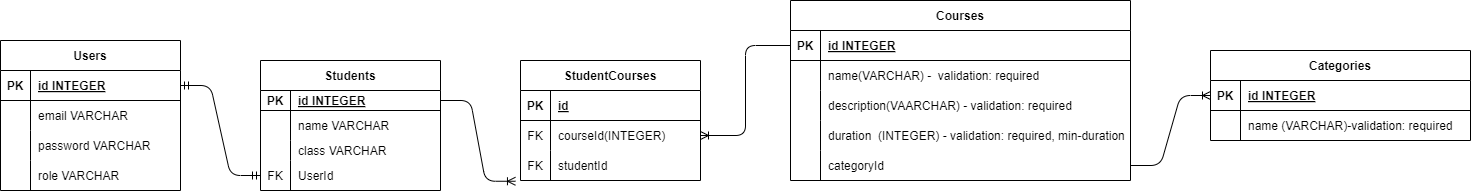
Earlier version of the draw.io export schema.drawio.png (QQPP37/PP-KP). Source tidied: cells renumbered, new cells last; positions are measured from the earlier drawing's top-left corner, leaving out a move shared by most shapes. Its diagram source:
```xml
<mxGraphModel>
  <root>
    <mxCell id="0" />
    <mxCell id="1" parent="0" />
    <mxCell id="2" value="Students" style="shape=table;startSize=30;rowLines=0;fontStyle=1;align=center;" parent="1" vertex="1">
      <mxGeometry x="260" y="60" width="180" height="130" as="geometry" />
    </mxCell>
    <mxCell id="3" style="shape=tableRow;horizontal=0;startSize=0;swimlaneHead=0;swimlaneBody=0;fillColor=none;points=[[0,0.5],[1,0.5]];portConstraint=eastwest;top=0;left=0;right=0;bottom=1;" parent="2" vertex="1">
      <mxGeometry y="30" width="180" height="20" as="geometry" />
    </mxCell>
    <mxCell id="4" value="PK" style="shape=partialRectangle;fillColor=none;top=0;left=0;bottom=0;right=0;fontStyle=1;overflow=hidden;" parent="3" vertex="1">
      <mxGeometry width="30" height="20" as="geometry" />
    </mxCell>
    <mxCell id="5" value="id INTEGER" style="shape=partialRectangle;fillColor=none;top=0;left=0;bottom=0;right=0;align=left;spacingLeft=6;fontStyle=5;overflow=hidden;" parent="3" vertex="1">
      <mxGeometry x="30" width="150" height="20" as="geometry" />
    </mxCell>
    <mxCell id="6" style="shape=tableRow;horizontal=0;startSize=0;swimlaneHead=0;swimlaneBody=0;fillColor=none;top=0;left=0;right=0;bottom=0;" parent="2" vertex="1">
      <mxGeometry y="50" width="180" height="30" as="geometry" />
    </mxCell>
    <mxCell id="7" style="shape=partialRectangle;fillColor=none;top=0;left=0;bottom=0;right=0;overflow=hidden;" parent="6" vertex="1">
      <mxGeometry width="30" height="30" as="geometry" />
    </mxCell>
    <mxCell id="8" value="name VARCHAR" style="shape=partialRectangle;fillColor=none;top=0;left=0;bottom=0;right=0;align=left;spacingLeft=6;overflow=hidden;" parent="6" vertex="1">
      <mxGeometry x="30" width="150" height="30" as="geometry" />
    </mxCell>
    <mxCell id="9" style="shape=tableRow;horizontal=0;startSize=0;swimlaneHead=0;swimlaneBody=0;fillColor=none;top=0;left=0;right=0;bottom=0;" parent="2" vertex="1">
      <mxGeometry y="80" width="180" height="20" as="geometry" />
    </mxCell>
    <mxCell id="10" style="shape=partialRectangle;fillColor=none;top=0;left=0;bottom=0;right=0;overflow=hidden;" parent="9" vertex="1">
      <mxGeometry width="30" height="20" as="geometry" />
    </mxCell>
    <mxCell id="11" value="class VARCHAR" style="shape=partialRectangle;fillColor=none;top=0;left=0;bottom=0;right=0;align=left;spacingLeft=6;overflow=hidden;" parent="9" vertex="1">
      <mxGeometry x="30" width="150" height="20" as="geometry" />
    </mxCell>
    <mxCell id="12" style="shape=tableRow;horizontal=0;startSize=0;swimlaneHead=0;swimlaneBody=0;fillColor=none;points=[[0,0.5],[1,0.5]];portConstraint=eastwest;top=0;left=0;right=0;bottom=0;" parent="2" vertex="1">
      <mxGeometry y="100" width="180" height="30" as="geometry" />
    </mxCell>
    <mxCell id="13" value="FK" style="shape=partialRectangle;fillColor=none;top=0;left=0;bottom=0;right=0;overflow=hidden;" parent="12" vertex="1">
      <mxGeometry width="30" height="30" as="geometry" />
    </mxCell>
    <mxCell id="14" value="UserId" style="shape=partialRectangle;fillColor=none;top=0;left=0;bottom=0;right=0;align=left;spacingLeft=6;overflow=hidden;" parent="12" vertex="1">
      <mxGeometry x="30" width="150" height="30" as="geometry" />
    </mxCell>
    <mxCell id="15" value="Courses" style="shape=table;startSize=30;rowLines=0;fontStyle=1;align=center;" parent="1" vertex="1">
      <mxGeometry x="790" width="340" height="180" as="geometry" />
    </mxCell>
    <mxCell id="16" style="shape=tableRow;horizontal=0;startSize=0;swimlaneHead=0;swimlaneBody=0;fillColor=none;points=[[0,0.5],[1,0.5]];portConstraint=eastwest;top=0;left=0;right=0;bottom=1;" parent="15" vertex="1">
      <mxGeometry y="30" width="340" height="30" as="geometry" />
    </mxCell>
    <mxCell id="17" value="PK" style="shape=partialRectangle;fillColor=none;top=0;left=0;bottom=0;right=0;fontStyle=1;overflow=hidden;" parent="16" vertex="1">
      <mxGeometry width="30" height="30" as="geometry" />
    </mxCell>
    <mxCell id="18" value="id INTEGER" style="shape=partialRectangle;fillColor=none;top=0;left=0;bottom=0;right=0;align=left;spacingLeft=6;fontStyle=5;overflow=hidden;" parent="16" vertex="1">
      <mxGeometry x="30" width="310" height="30" as="geometry" />
    </mxCell>
    <mxCell id="19" style="shape=tableRow;horizontal=0;startSize=0;swimlaneHead=0;swimlaneBody=0;fillColor=none;top=0;left=0;right=0;bottom=0;" parent="15" vertex="1">
      <mxGeometry y="60" width="340" height="30" as="geometry" />
    </mxCell>
    <mxCell id="20" style="shape=partialRectangle;fillColor=none;top=0;left=0;bottom=0;right=0;overflow=hidden;" parent="19" vertex="1">
      <mxGeometry width="30" height="30" as="geometry" />
    </mxCell>
    <mxCell id="21" value="name(VARCHAR) -  validation: required" style="shape=partialRectangle;fillColor=none;top=0;left=0;bottom=0;right=0;align=left;spacingLeft=6;overflow=hidden;" parent="19" vertex="1">
      <mxGeometry x="30" width="310" height="30" as="geometry" />
    </mxCell>
    <mxCell id="22" style="shape=tableRow;horizontal=0;startSize=0;swimlaneHead=0;swimlaneBody=0;fillColor=none;top=0;left=0;right=0;bottom=0;" parent="15" vertex="1">
      <mxGeometry y="90" width="340" height="30" as="geometry" />
    </mxCell>
    <mxCell id="23" style="shape=partialRectangle;fillColor=none;top=0;left=0;bottom=0;right=0;overflow=hidden;" parent="22" vertex="1">
      <mxGeometry width="30" height="30" as="geometry" />
    </mxCell>
    <mxCell id="24" value="description(VAARCHAR) - validation: required" style="shape=partialRectangle;fillColor=none;top=0;left=0;bottom=0;right=0;align=left;spacingLeft=6;overflow=hidden;" parent="22" vertex="1">
      <mxGeometry x="30" width="310" height="30" as="geometry" />
    </mxCell>
    <mxCell id="25" style="shape=tableRow;horizontal=0;startSize=0;swimlaneHead=0;swimlaneBody=0;fillColor=none;top=0;left=0;right=0;bottom=0;" parent="15" vertex="1">
      <mxGeometry y="120" width="340" height="30" as="geometry" />
    </mxCell>
    <mxCell id="26" style="shape=partialRectangle;fillColor=none;top=0;left=0;bottom=0;right=0;overflow=hidden;" parent="25" vertex="1">
      <mxGeometry width="30" height="30" as="geometry" />
    </mxCell>
    <mxCell id="27" value="duration  (INTEGER) - validation: required, min-duration" style="shape=partialRectangle;fillColor=none;top=0;left=0;bottom=0;right=0;align=left;spacingLeft=6;overflow=hidden;" parent="25" vertex="1">
      <mxGeometry x="30" width="310" height="30" as="geometry" />
    </mxCell>
    <mxCell id="28" style="shape=tableRow;horizontal=0;startSize=0;swimlaneHead=0;swimlaneBody=0;fillColor=none;points=[[0,0.5],[1,0.5]];portConstraint=eastwest;top=0;left=0;right=0;bottom=0;" parent="15" vertex="1">
      <mxGeometry y="150" width="340" height="30" as="geometry" />
    </mxCell>
    <mxCell id="29" style="shape=partialRectangle;fillColor=none;top=0;left=0;bottom=0;right=0;overflow=hidden;" parent="28" vertex="1">
      <mxGeometry width="30" height="30" as="geometry" />
    </mxCell>
    <mxCell id="30" value="categoryId" style="shape=partialRectangle;fillColor=none;top=0;left=0;bottom=0;right=0;align=left;spacingLeft=6;overflow=hidden;" parent="28" vertex="1">
      <mxGeometry x="30" width="310" height="30" as="geometry" />
    </mxCell>
    <mxCell id="31" value="Users" style="shape=table;startSize=30;rowLines=0;fontStyle=1;align=center;" parent="1" vertex="1">
      <mxGeometry y="40" width="180" height="150" as="geometry" />
    </mxCell>
    <mxCell id="32" style="shape=tableRow;horizontal=0;startSize=0;swimlaneHead=0;swimlaneBody=0;fillColor=none;points=[[0,0.5],[1,0.5]];portConstraint=eastwest;top=0;left=0;right=0;bottom=1;" parent="31" vertex="1">
      <mxGeometry y="30" width="180" height="30" as="geometry" />
    </mxCell>
    <mxCell id="33" value="PK" style="shape=partialRectangle;fillColor=none;top=0;left=0;bottom=0;right=0;fontStyle=1;overflow=hidden;" parent="32" vertex="1">
      <mxGeometry width="30" height="30" as="geometry" />
    </mxCell>
    <mxCell id="34" value="id INTEGER" style="shape=partialRectangle;fillColor=none;top=0;left=0;bottom=0;right=0;align=left;spacingLeft=6;fontStyle=5;overflow=hidden;" parent="32" vertex="1">
      <mxGeometry x="30" width="150" height="30" as="geometry" />
    </mxCell>
    <mxCell id="35" style="shape=tableRow;horizontal=0;startSize=0;swimlaneHead=0;swimlaneBody=0;fillColor=none;top=0;left=0;right=0;bottom=0;" parent="31" vertex="1">
      <mxGeometry y="60" width="180" height="30" as="geometry" />
    </mxCell>
    <mxCell id="36" style="shape=partialRectangle;fillColor=none;top=0;left=0;bottom=0;right=0;overflow=hidden;" parent="35" vertex="1">
      <mxGeometry width="30" height="30" as="geometry" />
    </mxCell>
    <mxCell id="37" value="email VARCHAR" style="shape=partialRectangle;fillColor=none;top=0;left=0;bottom=0;right=0;align=left;spacingLeft=6;overflow=hidden;" parent="35" vertex="1">
      <mxGeometry x="30" width="150" height="30" as="geometry" />
    </mxCell>
    <mxCell id="38" style="shape=tableRow;horizontal=0;startSize=0;swimlaneHead=0;swimlaneBody=0;fillColor=none;top=0;left=0;right=0;bottom=0;" parent="31" vertex="1">
      <mxGeometry y="90" width="180" height="30" as="geometry" />
    </mxCell>
    <mxCell id="39" style="shape=partialRectangle;fillColor=none;top=0;left=0;bottom=0;right=0;overflow=hidden;" parent="38" vertex="1">
      <mxGeometry width="30" height="30" as="geometry" />
    </mxCell>
    <mxCell id="40" value="password VARCHAR" style="shape=partialRectangle;fillColor=none;top=0;left=0;bottom=0;right=0;align=left;spacingLeft=6;overflow=hidden;" parent="38" vertex="1">
      <mxGeometry x="30" width="150" height="30" as="geometry" />
    </mxCell>
    <mxCell id="41" style="shape=tableRow;horizontal=0;startSize=0;swimlaneHead=0;swimlaneBody=0;fillColor=none;top=0;left=0;right=0;bottom=0;" parent="31" vertex="1">
      <mxGeometry y="120" width="180" height="30" as="geometry" />
    </mxCell>
    <mxCell id="42" style="shape=partialRectangle;fillColor=none;top=0;left=0;bottom=0;right=0;overflow=hidden;" parent="41" vertex="1">
      <mxGeometry width="30" height="30" as="geometry" />
    </mxCell>
    <mxCell id="43" value="role VARCHAR" style="shape=partialRectangle;fillColor=none;top=0;left=0;bottom=0;right=0;align=left;spacingLeft=6;overflow=hidden;" parent="41" vertex="1">
      <mxGeometry x="30" width="150" height="30" as="geometry" />
    </mxCell>
    <mxCell id="44" value="StudentCourses" style="shape=table;startSize=30;rowLines=0;fontStyle=1;align=center;" parent="1" vertex="1">
      <mxGeometry x="520" y="60" width="180" height="120" as="geometry" />
    </mxCell>
    <mxCell id="45" style="shape=tableRow;horizontal=0;startSize=0;swimlaneHead=0;swimlaneBody=0;fillColor=none;top=0;left=0;right=0;bottom=1;" parent="44" vertex="1">
      <mxGeometry y="30" width="180" height="30" as="geometry" />
    </mxCell>
    <mxCell id="46" value="PK" style="shape=partialRectangle;fillColor=none;top=0;left=0;bottom=0;right=0;fontStyle=1;overflow=hidden;" parent="45" vertex="1">
      <mxGeometry width="30" height="30" as="geometry" />
    </mxCell>
    <mxCell id="47" value="id" style="shape=partialRectangle;fillColor=none;top=0;left=0;bottom=0;right=0;align=left;spacingLeft=6;fontStyle=5;overflow=hidden;" parent="45" vertex="1">
      <mxGeometry x="30" width="150" height="30" as="geometry" />
    </mxCell>
    <mxCell id="48" style="shape=tableRow;horizontal=0;startSize=0;swimlaneHead=0;swimlaneBody=0;fillColor=none;points=[[0,0.5],[1,0.5]];portConstraint=eastwest;top=0;left=0;right=0;bottom=0;" parent="44" vertex="1">
      <mxGeometry y="60" width="180" height="30" as="geometry" />
    </mxCell>
    <mxCell id="49" value="FK" style="shape=partialRectangle;fillColor=none;top=0;left=0;bottom=0;right=0;overflow=hidden;" parent="48" vertex="1">
      <mxGeometry width="30" height="30" as="geometry" />
    </mxCell>
    <mxCell id="50" value="courseId(INTEGER)" style="shape=partialRectangle;fillColor=none;top=0;left=0;bottom=0;right=0;align=left;spacingLeft=6;overflow=hidden;" parent="48" vertex="1">
      <mxGeometry x="30" width="150" height="30" as="geometry" />
    </mxCell>
    <mxCell id="51" style="shape=tableRow;horizontal=0;startSize=0;swimlaneHead=0;swimlaneBody=0;fillColor=none;points=[[0,0.5],[1,0.5]];portConstraint=eastwest;top=0;left=0;right=0;bottom=0;" parent="44" vertex="1">
      <mxGeometry y="90" width="180" height="30" as="geometry" />
    </mxCell>
    <mxCell id="52" value="FK" style="shape=partialRectangle;fillColor=none;top=0;left=0;bottom=0;right=0;overflow=hidden;" parent="51" vertex="1">
      <mxGeometry width="30" height="30" as="geometry" />
    </mxCell>
    <mxCell id="53" value="studentId" style="shape=partialRectangle;fillColor=none;top=0;left=0;bottom=0;right=0;align=left;spacingLeft=6;overflow=hidden;" parent="51" vertex="1">
      <mxGeometry x="30" width="150" height="30" as="geometry" />
    </mxCell>
    <mxCell id="54" style="edgeStyle=orthogonalEdgeStyle;fontSize=12;html=1;endArrow=ERoneToMany;entryX=1;entryY=0.5;entryDx=0;entryDy=0;" parent="1" edge="1" source="16" target="48">
      <mxGeometry relative="1" as="geometry" />
    </mxCell>
    <mxCell id="55" style="edgeStyle=entityRelationEdgeStyle;fontSize=12;html=1;endArrow=ERmandOne;startArrow=ERmandOne;" parent="1" edge="1" source="32" target="12">
      <mxGeometry relative="1" as="geometry" />
    </mxCell>
    <mxCell id="56" style="edgeStyle=entityRelationEdgeStyle;fontSize=12;html=1;endArrow=ERoneToMany;entryX=-0.028;entryY=1.025;entryDx=0;entryDy=0;entryPerimeter=0;" parent="1" edge="1" source="3" target="51">
      <mxGeometry relative="1" as="geometry" />
    </mxCell>
    <mxCell id="57" value="Categories" style="shape=table;startSize=30;rowLines=0;fontStyle=1;align=center;" parent="1" vertex="1">
      <mxGeometry x="1210" y="50" width="260" height="90" as="geometry" />
    </mxCell>
    <mxCell id="58" style="shape=tableRow;horizontal=0;startSize=0;swimlaneHead=0;swimlaneBody=0;fillColor=none;points=[[0,0.5],[1,0.5]];portConstraint=eastwest;top=0;left=0;right=0;bottom=1;" parent="57" vertex="1">
      <mxGeometry y="30" width="260" height="30" as="geometry" />
    </mxCell>
    <mxCell id="59" value="PK" style="shape=partialRectangle;fillColor=none;top=0;left=0;bottom=0;right=0;fontStyle=1;overflow=hidden;" parent="58" vertex="1">
      <mxGeometry width="30" height="30" as="geometry" />
    </mxCell>
    <mxCell id="60" value="id INTEGER" style="shape=partialRectangle;fillColor=none;top=0;left=0;bottom=0;right=0;align=left;spacingLeft=6;fontStyle=5;overflow=hidden;" parent="58" vertex="1">
      <mxGeometry x="30" width="230" height="30" as="geometry" />
    </mxCell>
    <mxCell id="61" style="shape=tableRow;horizontal=0;startSize=0;swimlaneHead=0;swimlaneBody=0;fillColor=none;top=0;left=0;right=0;bottom=0;" parent="57" vertex="1">
      <mxGeometry y="60" width="260" height="30" as="geometry" />
    </mxCell>
    <mxCell id="62" style="shape=partialRectangle;fillColor=none;top=0;left=0;bottom=0;right=0;overflow=hidden;" parent="61" vertex="1">
      <mxGeometry width="30" height="30" as="geometry" />
    </mxCell>
    <mxCell id="63" value="name (VARCHAR)-validation: required" style="shape=partialRectangle;fillColor=none;top=0;left=0;bottom=0;right=0;align=left;spacingLeft=6;overflow=hidden;" parent="61" vertex="1">
      <mxGeometry x="30" width="230" height="30" as="geometry" />
    </mxCell>
    <mxCell id="64" style="edgeStyle=entityRelationEdgeStyle;fontSize=12;html=1;endArrow=ERoneToMany;entryX=0;entryY=0.5;entryDx=0;entryDy=0;exitX=1;exitY=0.5;exitDx=0;exitDy=0;" parent="1" edge="1" source="28" target="58">
      <mxGeometry relative="1" as="geometry" />
    </mxCell>
  </root>
</mxGraphModel>
```
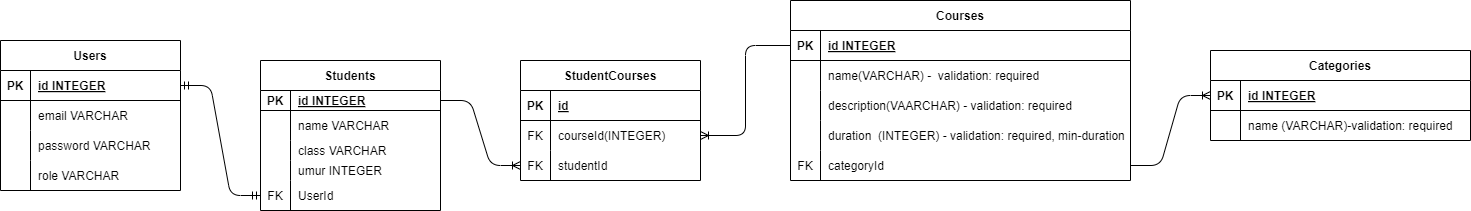
Later version of the same file.

The edit, as a diff of the source:
```diff
@@ -3,7 +3,7 @@
     <mxCell id="0" />
     <mxCell id="1" parent="0" />
     <mxCell id="2" value="Students" style="shape=table;startSize=30;rowLines=0;fontStyle=1;align=center;" parent="1" vertex="1">
-      <mxGeometry x="260" y="60" width="180" height="130" as="geometry" />
+      <mxGeometry x="260" y="60" width="180" height="150" as="geometry" />
     </mxCell>
     <mxCell id="3" style="shape=tableRow;horizontal=0;startSize=0;swimlaneHead=0;swimlaneBody=0;fillColor=none;points=[[0,0.5],[1,0.5]];portConstraint=eastwest;top=0;left=0;right=0;bottom=1;" parent="2" vertex="1">
       <mxGeometry y="30" width="180" height="20" as="geometry" />
@@ -32,8 +32,17 @@
     <mxCell id="11" value="class VARCHAR" style="shape=partialRectangle;fillColor=none;top=0;left=0;bottom=0;right=0;align=left;spacingLeft=6;overflow=hidden;" parent="9" vertex="1">
       <mxGeometry x="30" width="150" height="20" as="geometry" />
     </mxCell>
+    <mxCell id="65" style="shape=tableRow;horizontal=0;startSize=0;swimlaneHead=0;swimlaneBody=0;fillColor=none;top=0;left=0;right=0;bottom=0;" parent="2" vertex="1">
+      <mxGeometry y="100" width="180" height="20" as="geometry" />
+    </mxCell>
+    <mxCell id="66" style="shape=partialRectangle;fillColor=none;top=0;left=0;bottom=0;right=0;overflow=hidden;" parent="65" vertex="1">
+      <mxGeometry width="30" height="20" as="geometry" />
+    </mxCell>
+    <mxCell id="67" value="umur INTEGER" style="shape=partialRectangle;fillColor=none;top=0;left=0;bottom=0;right=0;align=left;spacingLeft=6;overflow=hidden;" parent="65" vertex="1">
+      <mxGeometry x="30" width="150" height="20" as="geometry" />
+    </mxCell>
     <mxCell id="12" style="shape=tableRow;horizontal=0;startSize=0;swimlaneHead=0;swimlaneBody=0;fillColor=none;points=[[0,0.5],[1,0.5]];portConstraint=eastwest;top=0;left=0;right=0;bottom=0;" parent="2" vertex="1">
-      <mxGeometry y="100" width="180" height="30" as="geometry" />
+      <mxGeometry y="120" width="180" height="30" as="geometry" />
     </mxCell>
     <mxCell id="13" value="FK" style="shape=partialRectangle;fillColor=none;top=0;left=0;bottom=0;right=0;overflow=hidden;" parent="12" vertex="1">
       <mxGeometry width="30" height="30" as="geometry" />
@@ -83,7 +92,7 @@
     <mxCell id="28" style="shape=tableRow;horizontal=0;startSize=0;swimlaneHead=0;swimlaneBody=0;fillColor=none;points=[[0,0.5],[1,0.5]];portConstraint=eastwest;top=0;left=0;right=0;bottom=0;" parent="15" vertex="1">
       <mxGeometry y="150" width="340" height="30" as="geometry" />
     </mxCell>
-    <mxCell id="29" style="shape=partialRectangle;fillColor=none;top=0;left=0;bottom=0;right=0;overflow=hidden;" parent="28" vertex="1">
+    <mxCell id="29" value="FK" style="shape=partialRectangle;fillColor=none;top=0;left=0;bottom=0;right=0;overflow=hidden;" parent="28" vertex="1">
       <mxGeometry width="30" height="30" as="geometry" />
     </mxCell>
     <mxCell id="30" value="categoryId" style="shape=partialRectangle;fillColor=none;top=0;left=0;bottom=0;right=0;align=left;spacingLeft=6;overflow=hidden;" parent="28" vertex="1">
@@ -164,7 +173,7 @@
     <mxCell id="55" style="edgeStyle=entityRelationEdgeStyle;fontSize=12;html=1;endArrow=ERmandOne;startArrow=ERmandOne;" parent="1" edge="1" source="32" target="12">
       <mxGeometry relative="1" as="geometry" />
     </mxCell>
-    <mxCell id="56" style="edgeStyle=entityRelationEdgeStyle;fontSize=12;html=1;endArrow=ERoneToMany;entryX=-0.028;entryY=1.025;entryDx=0;entryDy=0;entryPerimeter=0;" parent="1" edge="1" source="3" target="51">
+    <mxCell id="56" style="edgeStyle=entityRelationEdgeStyle;fontSize=12;html=1;endArrow=ERoneToMany;entryX=0;entryY=0.5;entryDx=0;entryDy=0;" parent="1" edge="1" source="3" target="51">
       <mxGeometry relative="1" as="geometry" />
     </mxCell>
     <mxCell id="57" value="Categories" style="shape=table;startSize=30;rowLines=0;fontStyle=1;align=center;" parent="1" vertex="1">
```
